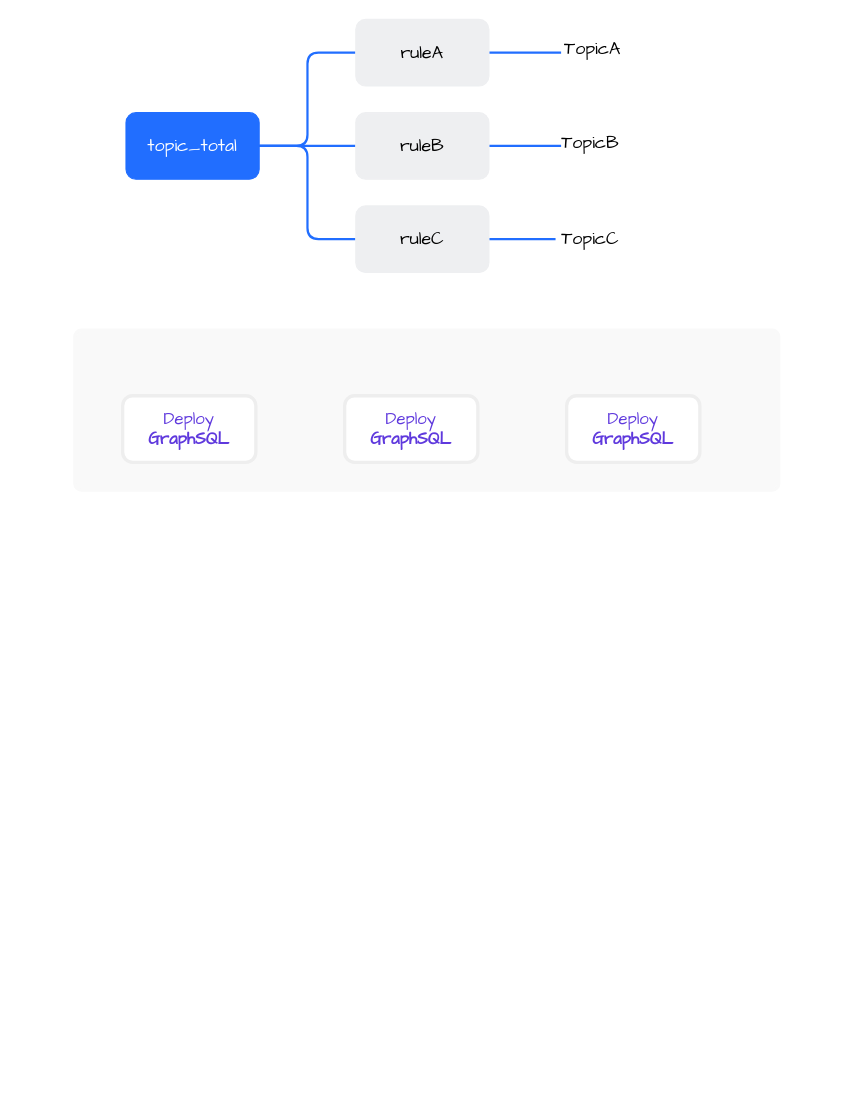
The draw.io diagram trigger_action.drawio in 2pc/mydrawio, before the edit. Source tidied: cells renumbered, new cells numbered last; positions are measured from the earlier drawing's top-left corner, leaving out a move shared by most shapes. Both pictures are drawn from the tidied source at 111%, with x=0, y=0 at pixel (74, 19).
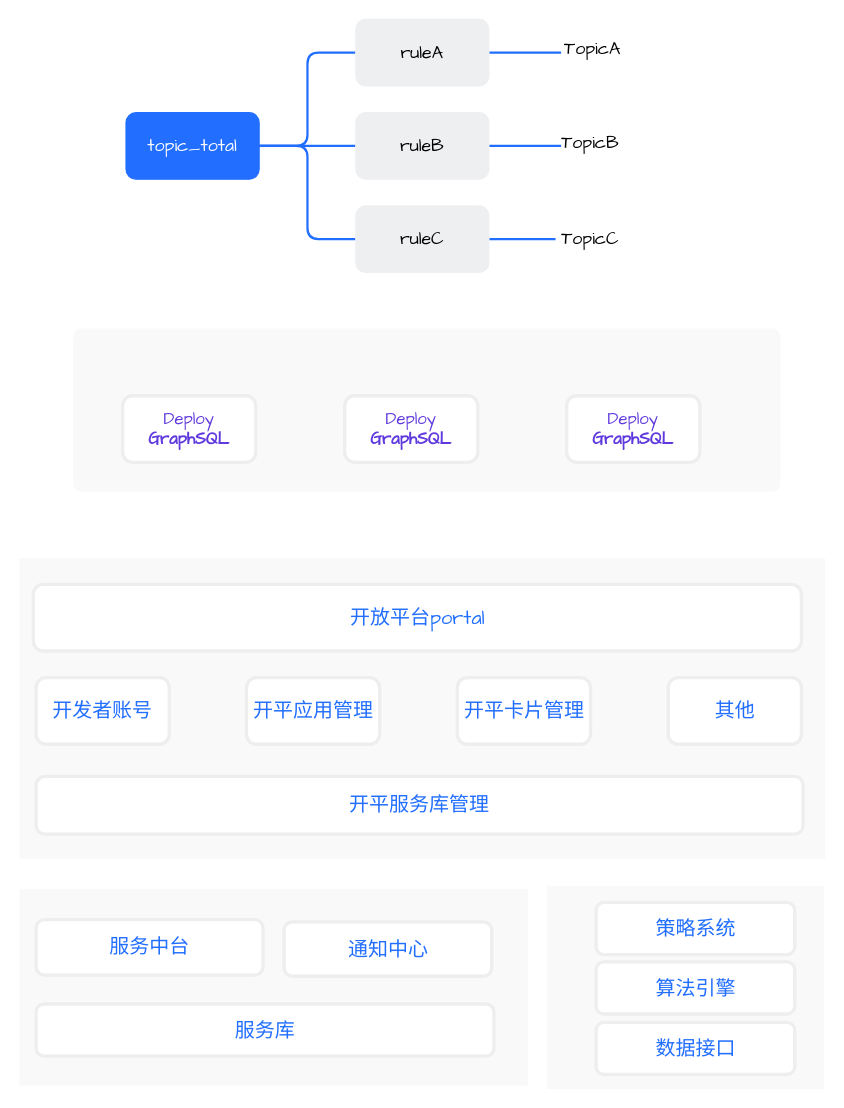
After the change.

Diff of the diagram source:
```diff
@@
+    <mxCell id="19" style="html=1;rounded=0;shadow=0;glass=0;sketch=0;fontFamily=Comic Sans MS;fontSize=16;fontColor=#FFFFFF;strokeColor=#F9F9F9;strokeWidth=3;fillColor=#F9F9F9;" parent="1" vertex="1">
+      <mxGeometry x="-48.5" y="487" width="723" height="268" as="geometry" />
+    </mxCell>
+    <mxCell id="20" value="开平应用管理" style="rounded=1;whiteSpace=wrap;html=1;shadow=0;glass=0;sketch=0;fontFamily=Comic Sans MS;fontSize=18;fontColor=#216EFF;strokeColor=#EEEEEE;strokeWidth=3;fillColor=#FFFFFF;fontStyle=0;align=center;" parent="1" vertex="1">
+      <mxGeometry x="154.5" y="593" width="120" height="60" as="geometry" />
+    </mxCell>
+    <mxCell id="21" value="开平服务库管理" style="rounded=1;whiteSpace=wrap;html=1;shadow=0;glass=0;sketch=0;fontFamily=Comic Sans MS;fontSize=18;fontColor=#216EFF;strokeColor=#EEEEEE;strokeWidth=3;fillColor=#FFFFFF;fontStyle=0;align=center;" parent="1" vertex="1">
+      <mxGeometry x="-35" y="682" width="691" height="52" as="geometry" />
+    </mxCell>
+    <mxCell id="22" value="开平卡片管理" style="rounded=1;whiteSpace=wrap;html=1;shadow=0;glass=0;sketch=0;fontFamily=Comic Sans MS;fontSize=18;fontColor=#216EFF;strokeColor=#EEEEEE;strokeWidth=3;fillColor=#FFFFFF;fontStyle=0;align=center;" parent="1" vertex="1">
+      <mxGeometry x="344.5" y="593" width="120" height="60" as="geometry" />
+    </mxCell>
+    <mxCell id="23" style="html=1;rounded=0;shadow=0;glass=0;sketch=0;fontFamily=Comic Sans MS;fontSize=16;fontColor=#FFFFFF;strokeColor=#F9F9F9;strokeWidth=3;fillColor=#F9F9F9;" parent="1" vertex="1">
+      <mxGeometry x="-48.5" y="785" width="455" height="174" as="geometry" />
+    </mxCell>
+    <mxCell id="24" value="服务中台" style="rounded=1;whiteSpace=wrap;html=1;shadow=0;glass=0;sketch=0;fontFamily=Comic Sans MS;fontSize=18;fontColor=#216EFF;strokeColor=#EEEEEE;strokeWidth=3;fillColor=#FFFFFF;fontStyle=0;align=center;" parent="1" vertex="1">
+      <mxGeometry x="-35" y="811" width="204.5" height="50" as="geometry" />
+    </mxCell>
+    <mxCell id="25" value="服务库" style="rounded=1;whiteSpace=wrap;html=1;shadow=0;glass=0;sketch=0;fontFamily=Comic Sans MS;fontSize=18;fontColor=#216EFF;strokeColor=#EEEEEE;strokeWidth=3;fillColor=#FFFFFF;fontStyle=0;align=center;" parent="1" vertex="1">
+      <mxGeometry x="-35" y="887" width="412.5" height="47" as="geometry" />
+    </mxCell>
+    <mxCell id="26" value="通知中心" style="rounded=1;whiteSpace=wrap;html=1;shadow=0;glass=0;sketch=0;fontFamily=Comic Sans MS;fontSize=18;fontColor=#216EFF;strokeColor=#EEEEEE;strokeWidth=3;fillColor=#FFFFFF;fontStyle=0;align=center;" parent="1" vertex="1">
+      <mxGeometry x="188.5" y="813" width="187" height="49" as="geometry" />
+    </mxCell>
+    <mxCell id="27" value="开放平台portal" style="rounded=1;whiteSpace=wrap;html=1;shadow=0;glass=0;sketch=0;fontFamily=Comic Sans MS;fontSize=18;fontColor=#216EFF;strokeColor=#EEEEEE;strokeWidth=3;fillColor=#FFFFFF;fontStyle=0;align=center;" parent="1" vertex="1">
+      <mxGeometry x="-37.5" y="509" width="692" height="60" as="geometry" />
+    </mxCell>
+    <mxCell id="28" value="开发者账号" style="rounded=1;whiteSpace=wrap;html=1;shadow=0;glass=0;sketch=0;fontFamily=Comic Sans MS;fontSize=18;fontColor=#216EFF;strokeColor=#EEEEEE;strokeWidth=3;fillColor=#FFFFFF;fontStyle=0;align=center;" parent="1" vertex="1">
+      <mxGeometry x="-35" y="593" width="120" height="60" as="geometry" />
+    </mxCell>
+    <mxCell id="29" value="其他" style="rounded=1;whiteSpace=wrap;html=1;shadow=0;glass=0;sketch=0;fontFamily=Comic Sans MS;fontSize=18;fontColor=#216EFF;strokeColor=#EEEEEE;strokeWidth=3;fillColor=#FFFFFF;fontStyle=0;align=center;" parent="1" vertex="1">
+      <mxGeometry x="534.5" y="593" width="120" height="60" as="geometry" />
+    </mxCell>
+    <mxCell id="30" style="html=1;rounded=0;shadow=0;glass=0;sketch=0;fontFamily=Comic Sans MS;fontSize=16;fontColor=#FFFFFF;strokeColor=#F9F9F9;strokeWidth=3;fillColor=#F9F9F9;" parent="1" vertex="1">
+      <mxGeometry x="426.5" y="782" width="247" height="180" as="geometry" />
+    </mxCell>
+    <mxCell id="31" value="策略系统" style="rounded=1;whiteSpace=wrap;html=1;shadow=0;glass=0;sketch=0;fontFamily=Comic Sans MS;fontSize=18;fontColor=#216EFF;strokeColor=#EEEEEE;strokeWidth=3;fillColor=#FFFFFF;fontStyle=0;align=center;" parent="1" vertex="1">
+      <mxGeometry x="469.5" y="795.5" width="179" height="47" as="geometry" />
+    </mxCell>
+    <mxCell id="32" value="算法引擎" style="rounded=1;whiteSpace=wrap;html=1;shadow=0;glass=0;sketch=0;fontFamily=Comic Sans MS;fontSize=18;fontColor=#216EFF;strokeColor=#EEEEEE;strokeWidth=3;fillColor=#FFFFFF;fontStyle=0;align=center;" parent="1" vertex="1">
+      <mxGeometry x="469.5" y="849" width="179" height="47" as="geometry" />
+    </mxCell>
+    <mxCell id="33" value="数据接口" style="rounded=1;whiteSpace=wrap;html=1;shadow=0;glass=0;sketch=0;fontFamily=Comic Sans MS;fontSize=18;fontColor=#216EFF;strokeColor=#EEEEEE;strokeWidth=3;fillColor=#FFFFFF;fontStyle=0;align=center;" parent="1" vertex="1">
+      <mxGeometry x="469.5" y="903.5" width="179" height="47" as="geometry" />
+    </mxCell>
```
